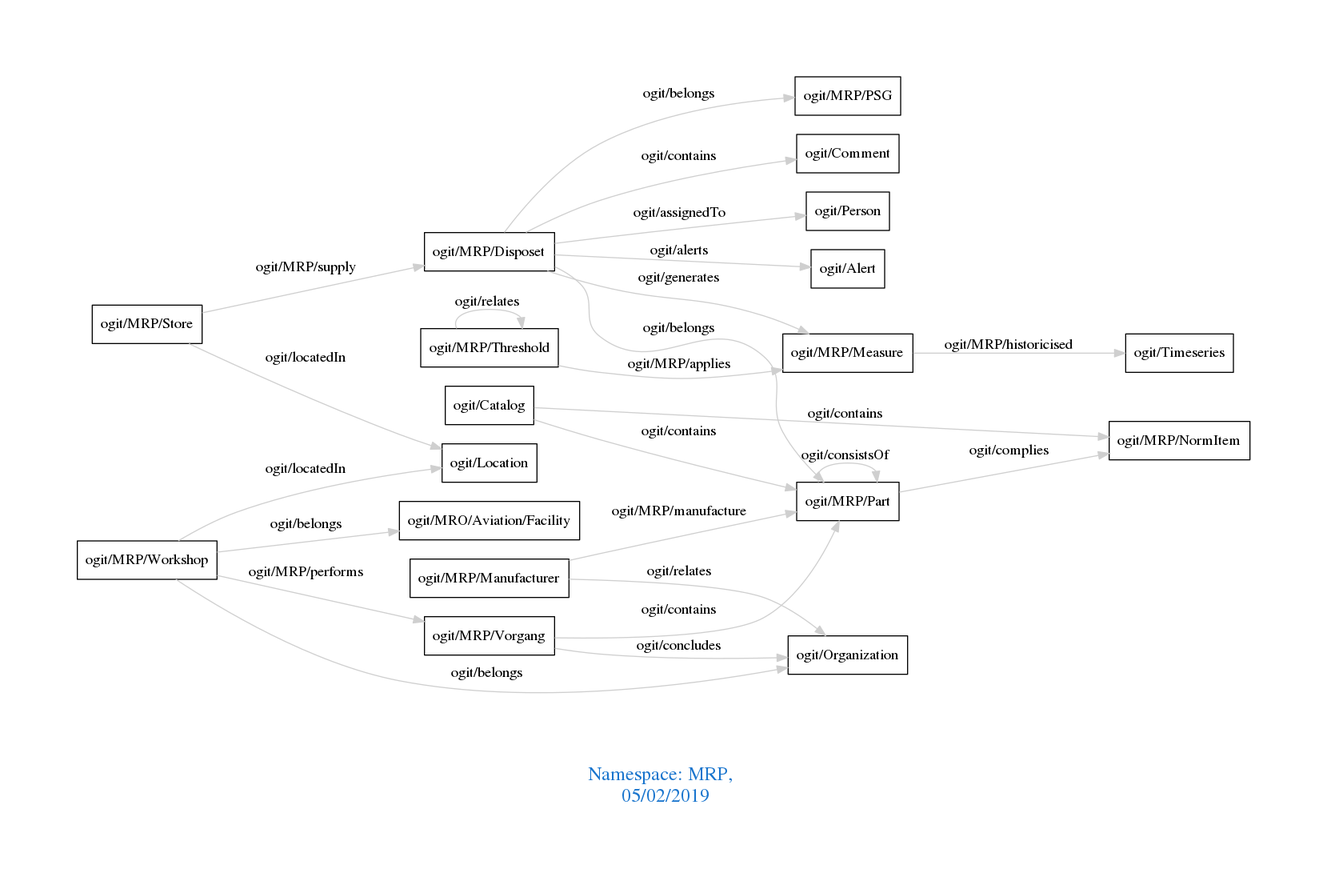
The Graphviz diagram downloads/MRP.png in arago/OGIT, before a commit. Its source is kept beside it as downloads/MRP.dot.
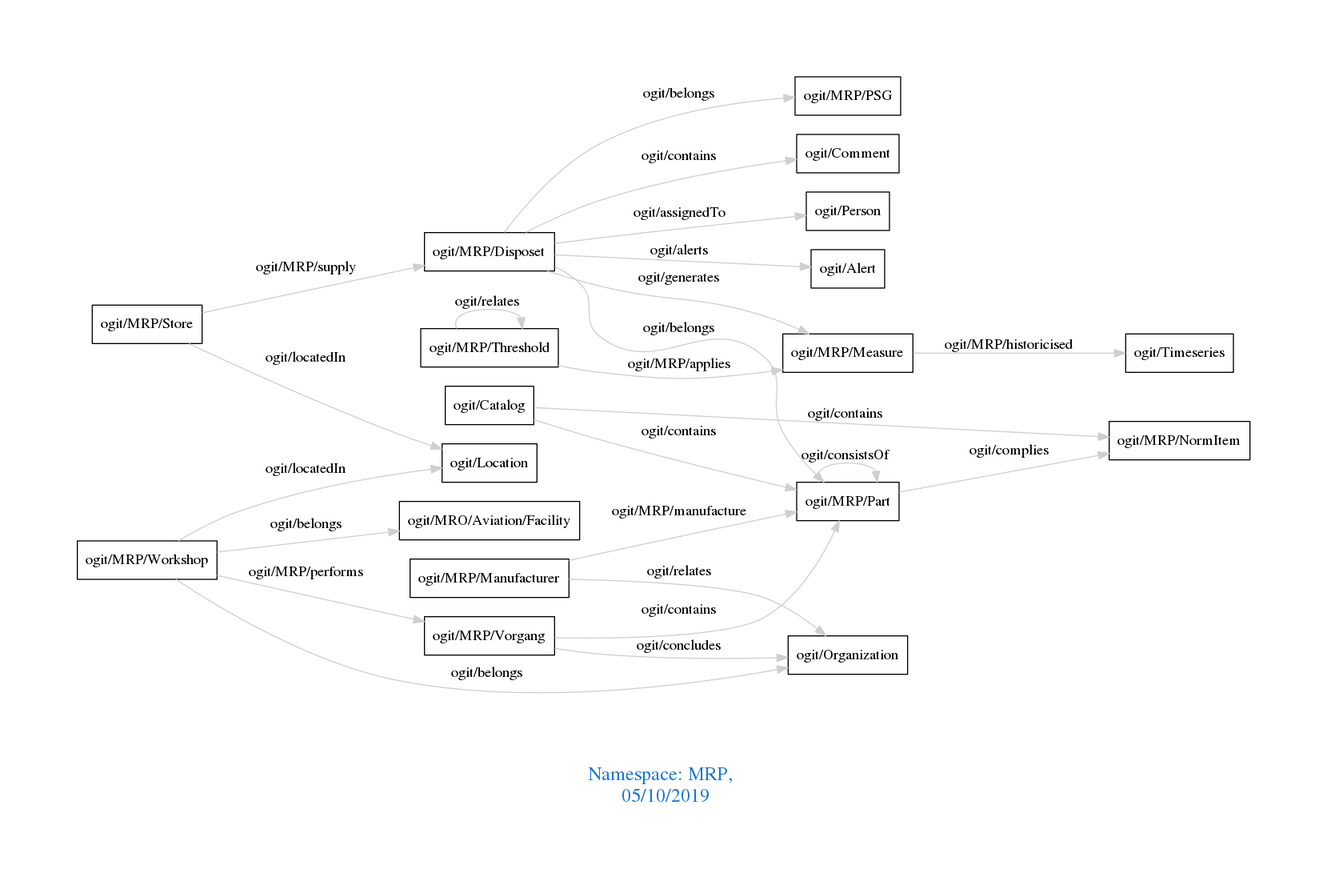
Above is the later version.

Change to the diagram source:
```diff
@@ -1,7 +1,7 @@
 digraph OGIT_ontology {
  graph [ rankdir= LR,pad=1
 fontsize = 18,
-fontcolor= dodgerblue3,label = "\n\n\nNamespace: MRP, \n 05/02/2019"];
+fontcolor= dodgerblue3,label = "\n\n\nNamespace: MRP, \n 05/10/2019"];
 node[shape=polygon];
 edge [  color="gray81"];
 
```
